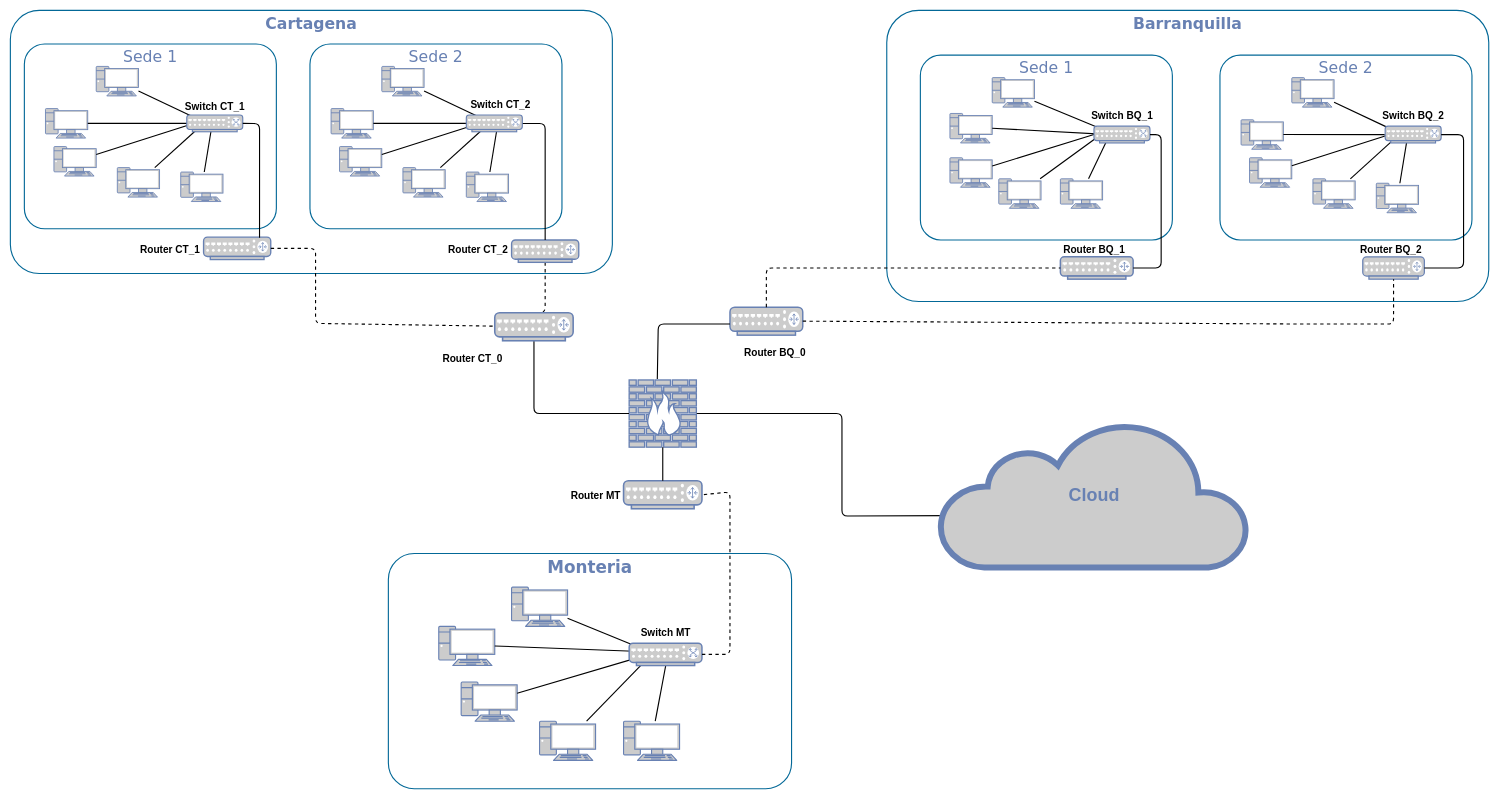
Dalo25/Diagramas keeps this draw.io diagram as Untitled Diagram.drawio. Above is the earlier version. Source tidied: cells renumbered, new cells numbered last; positions are measured from the earlier drawing's top-left corner, leaving out a move shared by most shapes. Both pictures are drawn from the tidied source at 56%, with x=0, y=0 at pixel (10, 10).
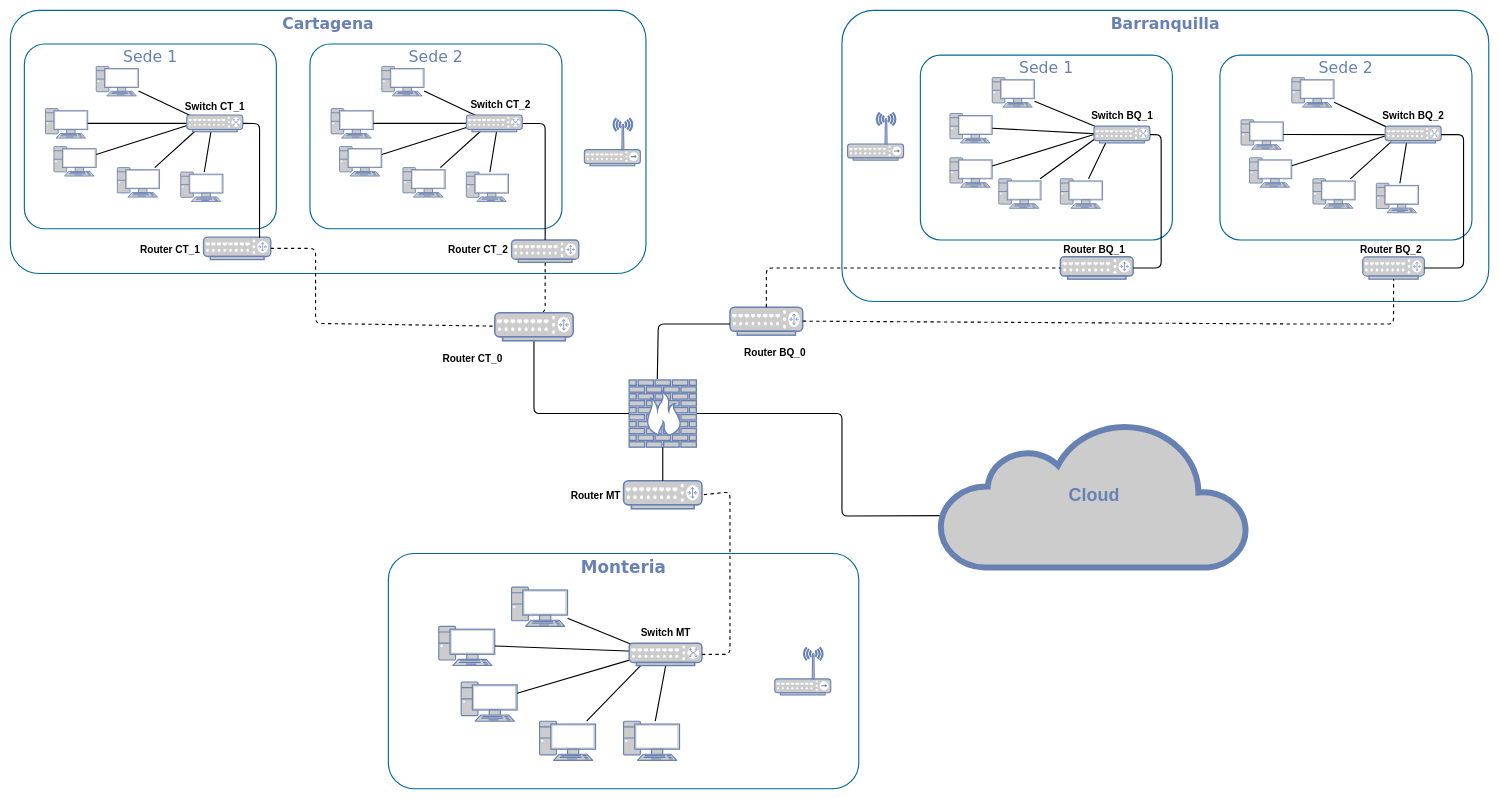
After the change.

Diff of the diagram source:
```diff
@@
     <mxCell id="2" value="&lt;b&gt;&lt;font style=&quot;font-size: 30px&quot;&gt;Monteria&lt;/font&gt;&lt;/b&gt;" style="rounded=1;whiteSpace=wrap;html=1;shadow=0;comic=0;strokeColor=#036897;strokeWidth=2;fillColor=none;fontFamily=Verdana;fontSize=28;fontColor=#6881B3;align=center;arcSize=11;verticalAlign=top;" parent="1" vertex="1">
-      <mxGeometry x="675" y="970" width="720" height="420" as="geometry" />
+      <mxGeometry x="675" y="970" width="840" height="420" as="geometry" />
     </mxCell>
     <mxCell id="3" value="&lt;b&gt;Cartagena&lt;/b&gt;" style="rounded=1;whiteSpace=wrap;html=1;shadow=0;comic=0;strokeColor=#036897;strokeWidth=2;fillColor=none;fontFamily=Verdana;fontSize=28;fontColor=#6881B3;align=center;arcSize=11;verticalAlign=top;" parent="1" vertex="1">
-      <mxGeometry width="1075" height="470" as="geometry" />
+      <mxGeometry width="1135" height="470" as="geometry" />
     </mxCell>
@@
     <mxCell id="48" value="&lt;b&gt;Barranquilla&lt;/b&gt;" style="rounded=1;whiteSpace=wrap;html=1;shadow=0;comic=0;strokeColor=#036897;strokeWidth=2;fillColor=none;fontFamily=Verdana;fontSize=28;fontColor=#6881B3;align=center;arcSize=11;verticalAlign=top;" parent="1" vertex="1">
-      <mxGeometry x="1565" width="1075" height="520" as="geometry" />
+      <mxGeometry x="1485" width="1155" height="520" as="geometry" />
     </mxCell>
@@
+    <mxCell id="102" style="fontColor=#0066CC;verticalAlign=top;verticalLabelPosition=bottom;labelPosition=center;align=center;html=1;fillColor=#CCCCCC;strokeColor=#6881B3;gradientColor=none;gradientDirection=north;strokeWidth=2;shape=mxgraph.networks.wireless_hub;" parent="1" vertex="1">
+      <mxGeometry x="1495" y="182.5" width="100" height="85" as="geometry" />
+    </mxCell>
+    <mxCell id="103" style="fontColor=#0066CC;verticalAlign=top;verticalLabelPosition=bottom;labelPosition=center;align=center;html=1;fillColor=#CCCCCC;strokeColor=#6881B3;gradientColor=none;gradientDirection=north;strokeWidth=2;shape=mxgraph.networks.wireless_hub;" parent="1" vertex="1">
+      <mxGeometry x="1025" y="192.5" width="100" height="85" as="geometry" />
+    </mxCell>
+    <mxCell id="104" style="fontColor=#0066CC;verticalAlign=top;verticalLabelPosition=bottom;labelPosition=center;align=center;html=1;fillColor=#CCCCCC;strokeColor=#6881B3;gradientColor=none;gradientDirection=north;strokeWidth=2;shape=mxgraph.networks.wireless_hub;" parent="1" vertex="1">
+      <mxGeometry x="1365" y="1137.5" width="100" height="85" as="geometry" />
+    </mxCell>
```
